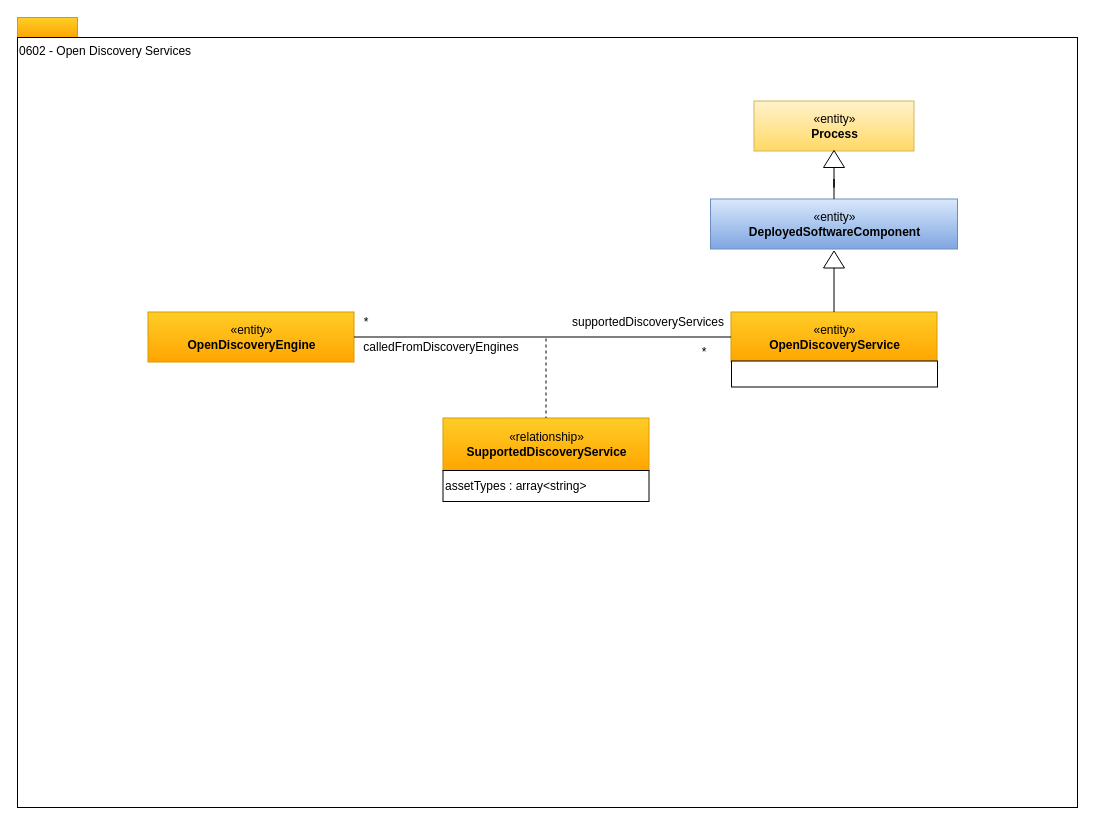
Before: page "0602 - Open Discovery Services" (3 of 18) of open-metadata-publication/website/open-metadata-types/area-6-discovery.drawio in planetf1/egeria, a draw.io diagram. Source tidied: cells renumbered, new cells numbered last; positions are measured from the earlier drawing's top-left corner, leaving out a move shared by most shapes. Both pictures are drawn from the tidied source at 100%, with x=0, y=0 at pixel (17, 17).
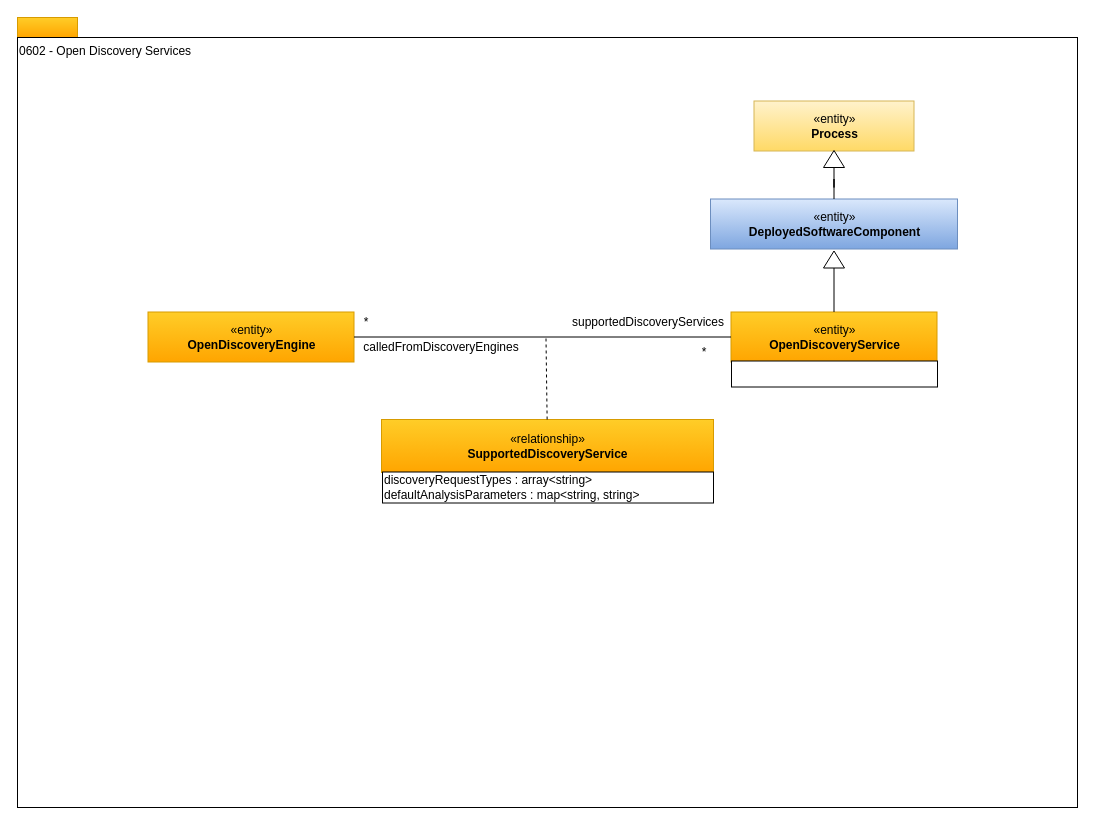
After the change.

Diff of the diagram source:
```diff
@@
     <mxCell id="9" value="«relationship»&lt;br&gt;&lt;b&gt;SupportedDiscoveryService&lt;/b&gt;" style="html=1;strokeColor=#d79b00;align=center;fillColor=#ffcd28;gradientColor=#ffa500;" parent="1" vertex="1">
-      <mxGeometry x="425.5" y="400.5" width="206" height="53" as="geometry" />
+      <mxGeometry x="364" y="402" width="332" height="53" as="geometry" />
     </mxCell>
@@
-    <mxCell id="13" value="assetTypes : array&amp;lt;string&amp;gt;" style="rounded=0;whiteSpace=wrap;html=1;strokeColor=#000000;align=left;fillColor=#ffffff;" parent="1" vertex="1">
-      <mxGeometry x="425.5" y="453" width="206" height="31" as="geometry" />
+    <mxCell id="13" value="discoveryRequestTypes : array&amp;lt;string&amp;gt;&lt;br&gt;defaultAnalysisParameters : map&amp;lt;string, string&amp;gt;" style="rounded=0;whiteSpace=wrap;html=1;strokeColor=#000000;align=left;fillColor=#ffffff;" parent="1" vertex="1">
+      <mxGeometry x="365" y="454.5" width="331" height="31" as="geometry" />
     </mxCell>
```
